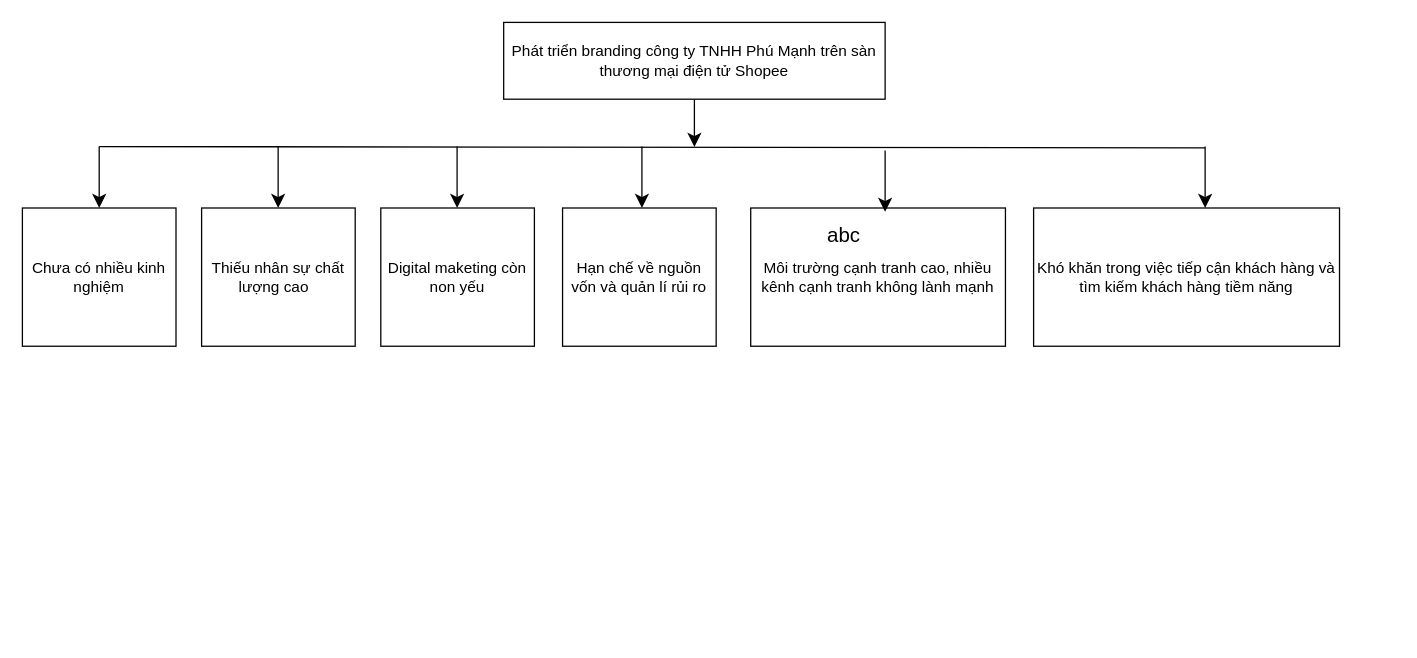
The draw.io diagram page "Trang-2" (2 of 2) of mophongquanlikd/Biểu đồ không có tiêu đề.drawio in trucka312/diagram, before the edit. Source tidied: cells renumbered, new cells numbered last; positions are measured from the earlier drawing's top-left corner, leaving out a move shared by most shapes. Both pictures are drawn from the tidied source at 128%, with x=0, y=0 at pixel (22, 22).
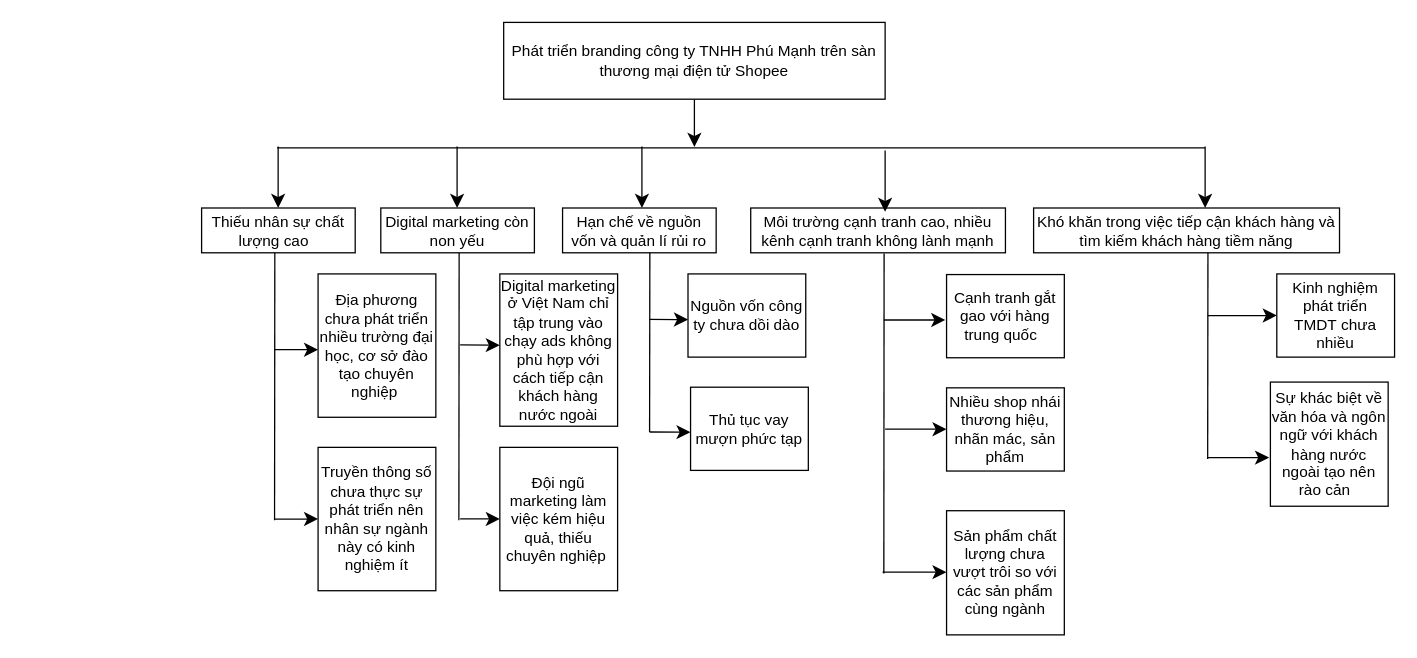
After the change.

Commit message:
Cập nhật Biểu đồ không có tiêu đề.drawio

Change to the diagram source:
```diff
@@
-    <mxCell id="4" value="Digital maketing còn non yếu" style="rounded=0;whiteSpace=wrap;html=1;" parent="1" vertex="1">
-      <mxGeometry x="280" y="145" width="120" height="108" as="geometry" />
+    <mxCell id="4" value="Digital marketing còn non yếu" style="rounded=0;whiteSpace=wrap;html=1;" parent="1" vertex="1">
+      <mxGeometry x="280" y="145" width="120" height="35" as="geometry" />
     </mxCell>
     <mxCell id="5" value="Môi trường cạnh tranh cao, nhiều kênh cạnh tranh không lành mạnh" style="rounded=0;whiteSpace=wrap;html=1;" parent="1" vertex="1">
-      <mxGeometry x="569" y="145" width="199" height="108" as="geometry" />
+      <mxGeometry x="569" y="145" width="199" height="35" as="geometry" />
     </mxCell>
     <mxCell id="6" value="Hạn chế về nguồn vốn và quản lí rủi ro" style="rounded=0;whiteSpace=wrap;html=1;" parent="1" vertex="1">
-      <mxGeometry x="422" y="145" width="120" height="108" as="geometry" />
+      <mxGeometry x="422" y="145" width="120" height="35" as="geometry" />
     </mxCell>
-    <mxCell id="7" value="Chưa có nhiều kinh nghiệm" style="rounded=0;whiteSpace=wrap;html=1;" parent="1" vertex="1">
-      <mxGeometry y="145" width="120" height="108" as="geometry" />
-    </mxCell>
     <mxCell id="8" value="Khó khăn trong việc tiếp cận khách hàng và tìm kiếm khách hàng tiềm năng" style="rounded=0;whiteSpace=wrap;html=1;" parent="1" vertex="1">
-      <mxGeometry x="790" y="145" width="239" height="108" as="geometry" />
+      <mxGeometry x="790" y="145" width="239" height="35" as="geometry" />
     </mxCell>
     <mxCell id="9" value="Thiếu nhân sự chất lượng cao&amp;nbsp;&amp;nbsp;" style="rounded=0;whiteSpace=wrap;html=1;" parent="1" vertex="1">
-      <mxGeometry x="140" y="145" width="120" height="108" as="geometry" />
+      <mxGeometry x="140" y="145" width="120" height="35" as="geometry" />
     </mxCell>
     <mxCell id="10" style="endArrow=none;html=1;rounded=0;fontSize=12;startSize=8;endSize=8;curved=1;" parent="1" edge="1">
       <mxGeometry relative="1" as="geometry">
-        <mxPoint x="60" y="97" as="sourcePoint" />
+        <mxPoint x="199" y="98" as="sourcePoint" />
         <mxPoint x="924" y="98" as="targetPoint" />
       </mxGeometry>
     </mxCell>
-    <mxCell id="11" style="endArrow=classic;html=1;rounded=0;fontSize=12;startSize=8;endSize=8;curved=1;entryX=0.5;entryY=0;entryDx=0;entryDy=0;" parent="1" edge="1" target="7">
-      <mxGeometry relative="1" as="geometry">
-        <mxPoint x="60" y="97" as="sourcePoint" />
-      </mxGeometry>
-    </mxCell>
@@
-    <mxCell id="17" value="abc" style="text;html=1;align=center;verticalAlign=middle;whiteSpace=wrap;rounded=0;fontSize=16;" parent="1" vertex="1">
-      <mxGeometry x="612" y="151" width="60" height="30" as="geometry" />
-    </mxCell>
+    <mxCell id="18" value="Địa phương chưa phát triển nhiều trường đại học, cơ sở đào tạo chuyên nghiệp&amp;nbsp;" style="rounded=0;whiteSpace=wrap;html=1;" parent="1" vertex="1">
+      <mxGeometry x="231" y="196.5" width="92" height="112" as="geometry" />
+    </mxCell>
+    <mxCell id="19" value="Truyền thông số chưa thực sự phát triển nên nhân sự ngành này có kinh nghiệm ít" style="rounded=0;whiteSpace=wrap;html=1;" parent="1" vertex="1">
+      <mxGeometry x="231" y="332" width="92" height="112" as="geometry" />
+    </mxCell>
+    <mxCell id="20" style="edgeStyle=none;curved=1;rounded=0;orthogonalLoop=1;jettySize=auto;html=1;entryX=0;entryY=0.5;entryDx=0;entryDy=0;fontSize=12;startSize=8;endSize=8;" parent="1" edge="1">
+      <mxGeometry relative="1" as="geometry">
+        <mxPoint x="48" y="308.5" as="sourcePoint" />
+        <mxPoint x="48" y="308.5" as="targetPoint" />
+      </mxGeometry>
+    </mxCell>
+    <mxCell id="21" value="Digital mar&lt;span style=&quot;background-color: initial;&quot;&gt;keting ở Việt N&lt;/span&gt;&lt;span style=&quot;background-color: initial;&quot;&gt;am chỉ tập trung vào chạy ads không phù hợp với cách tiếp cận khách hàng nước ngoài&lt;/span&gt;" style="rounded=0;whiteSpace=wrap;html=1;" parent="1" vertex="1">
+      <mxGeometry x="373" y="196.5" width="92" height="119" as="geometry" />
+    </mxCell>
+    <mxCell id="22" value="Đội ngũ marketing làm việc kém hiệu quả, thiếu chuyên nghiệp&amp;nbsp;" style="rounded=0;whiteSpace=wrap;html=1;" parent="1" vertex="1">
+      <mxGeometry x="373" y="332" width="92" height="112" as="geometry" />
+    </mxCell>
+    <mxCell id="23" value="Nguồn vốn công ty chưa dồi dào" style="rounded=0;whiteSpace=wrap;html=1;" parent="1" vertex="1">
+      <mxGeometry x="520" y="196.5" width="92" height="65" as="geometry" />
+    </mxCell>
+    <mxCell id="24" value="Thủ tục vay mượn phức tạp" style="rounded=0;whiteSpace=wrap;html=1;" parent="1" vertex="1">
+      <mxGeometry x="522" y="285" width="92" height="65" as="geometry" />
+    </mxCell>
+    <mxCell id="25" value="Nhiều shop nhái thương hiệu, nhãn mác, sản phẩm" style="rounded=0;whiteSpace=wrap;html=1;" parent="1" vertex="1">
+      <mxGeometry x="722" y="285.5" width="92" height="65" as="geometry" />
+    </mxCell>
+    <mxCell id="26" value="Cạnh tranh gắt gao với hàng trung quốc&amp;nbsp;&amp;nbsp;" style="rounded=0;whiteSpace=wrap;html=1;" parent="1" vertex="1">
+      <mxGeometry x="722" y="197" width="92" height="65" as="geometry" />
+    </mxCell>
+    <mxCell id="27" value="Kinh nghiệm phát triển TMDT&lt;span style=&quot;background-color: initial;&quot;&gt;&amp;nbsp;chưa nhiều&lt;/span&gt;" style="rounded=0;whiteSpace=wrap;html=1;" parent="1" vertex="1">
+      <mxGeometry x="980" y="196.5" width="92" height="65" as="geometry" />
+    </mxCell>
+    <mxCell id="28" value="Sự khác biệt về văn hóa và ngôn ngữ với khách hàng nước ngoài tạo nên rào cản&amp;nbsp;&amp;nbsp;" style="rounded=0;whiteSpace=wrap;html=1;" parent="1" vertex="1">
+      <mxGeometry x="975" y="281" width="92" height="97" as="geometry" />
+    </mxCell>
+    <mxCell id="29" value="Sản phẩm chất lượng chưa vượt trôi so với các sản phẩm cùng ngành" style="rounded=0;whiteSpace=wrap;html=1;" parent="1" vertex="1">
+      <mxGeometry x="722" y="381.5" width="92" height="97" as="geometry" />
+    </mxCell>
+    <mxCell id="30" style="endArrow=none;html=1;rounded=0;fontSize=12;startSize=8;endSize=8;curved=1;entryX=0.127;entryY=1.048;entryDx=0;entryDy=0;entryPerimeter=0;" parent="1" edge="1">
+      <mxGeometry relative="1" as="geometry">
+        <mxPoint x="197" y="389" as="sourcePoint" />
+        <mxPoint x="197.2" y="180" as="targetPoint" />
+      </mxGeometry>
+    </mxCell>
+    <mxCell id="31" style="endArrow=classic;html=1;rounded=0;fontSize=12;startSize=8;endSize=8;curved=1;entryX=0;entryY=0.5;entryDx=0;entryDy=0;" parent="1" edge="1" target="19">
+      <mxGeometry relative="1" as="geometry">
+        <mxPoint x="197" y="388" as="sourcePoint" />
+      </mxGeometry>
+    </mxCell>
+    <mxCell id="32" style="endArrow=classic;html=1;rounded=0;fontSize=12;startSize=8;endSize=8;curved=1;entryX=0;entryY=0.5;entryDx=0;entryDy=0;" parent="1" edge="1">
+      <mxGeometry relative="1" as="geometry">
+        <mxPoint x="197" y="255.7" as="sourcePoint" />
+        <mxPoint x="231" y="255.7" as="targetPoint" />
+      </mxGeometry>
+    </mxCell>
+    <mxCell id="33" style="endArrow=none;html=1;rounded=0;fontSize=12;startSize=8;endSize=8;curved=1;entryX=0.127;entryY=1.048;entryDx=0;entryDy=0;entryPerimeter=0;" parent="1" edge="1">
+      <mxGeometry relative="1" as="geometry">
+        <mxPoint x="341" y="389" as="sourcePoint" />
+        <mxPoint x="341.2" y="180" as="targetPoint" />
+      </mxGeometry>
+    </mxCell>
+    <mxCell id="34" style="endArrow=classic;html=1;rounded=0;fontSize=12;startSize=8;endSize=8;curved=1;entryX=0;entryY=0.5;entryDx=0;entryDy=0;" parent="1" edge="1">
+      <mxGeometry relative="1" as="geometry">
+        <mxPoint x="342" y="252" as="sourcePoint" />
+        <mxPoint x="373" y="252.2" as="targetPoint" />
+      </mxGeometry>
+    </mxCell>
+    <mxCell id="35" style="endArrow=classic;html=1;rounded=0;fontSize=12;startSize=8;endSize=8;curved=1;entryX=0;entryY=0.5;entryDx=0;entryDy=0;" parent="1" edge="1">
+      <mxGeometry relative="1" as="geometry">
+        <mxPoint x="342" y="387.8" as="sourcePoint" />
+        <mxPoint x="373" y="388" as="targetPoint" />
+      </mxGeometry>
+    </mxCell>
+    <mxCell id="36" style="endArrow=none;html=1;rounded=0;fontSize=12;startSize=8;endSize=8;curved=1;entryX=0.127;entryY=1.048;entryDx=0;entryDy=0;entryPerimeter=0;" parent="1" edge="1">
+      <mxGeometry relative="1" as="geometry">
+        <mxPoint x="490" y="320" as="sourcePoint" />
+        <mxPoint x="490.2" y="180" as="targetPoint" />
+      </mxGeometry>
+    </mxCell>
+    <mxCell id="37" style="endArrow=classic;html=1;rounded=0;fontSize=12;startSize=8;endSize=8;curved=1;entryX=0;entryY=0.5;entryDx=0;entryDy=0;" parent="1" edge="1">
+      <mxGeometry relative="1" as="geometry">
+        <mxPoint x="490" y="232" as="sourcePoint" />
+        <mxPoint x="520" y="232.2" as="targetPoint" />
+      </mxGeometry>
+    </mxCell>
+    <mxCell id="38" style="endArrow=classic;html=1;rounded=0;fontSize=12;startSize=8;endSize=8;curved=1;entryX=0;entryY=0.5;entryDx=0;entryDy=0;" parent="1" edge="1">
+      <mxGeometry relative="1" as="geometry">
+        <mxPoint x="490" y="320" as="sourcePoint" />
+        <mxPoint x="522" y="320.2" as="targetPoint" />
+      </mxGeometry>
+    </mxCell>
+    <mxCell id="39" style="endArrow=none;html=1;rounded=0;fontSize=12;startSize=8;endSize=8;curved=1;entryX=0.127;entryY=1.048;entryDx=0;entryDy=0;entryPerimeter=0;" parent="1" edge="1">
+      <mxGeometry relative="1" as="geometry">
+        <mxPoint x="673" y="430.5" as="sourcePoint" />
+        <mxPoint x="673.2" y="180.5" as="targetPoint" />
+      </mxGeometry>
+    </mxCell>
+    <mxCell id="40" style="endArrow=classic;html=1;rounded=0;fontSize=12;startSize=8;endSize=8;curved=1;" parent="1" edge="1">
+      <mxGeometry relative="1" as="geometry">
+        <mxPoint x="673" y="232.5" as="sourcePoint" />
+        <mxPoint x="721" y="232.5" as="targetPoint" />
+      </mxGeometry>
+    </mxCell>
+    <mxCell id="41" style="endArrow=classic;html=1;rounded=0;fontSize=12;startSize=8;endSize=8;curved=1;" parent="1" edge="1">
+      <mxGeometry relative="1" as="geometry">
+        <mxPoint x="674" y="317.8" as="sourcePoint" />
+        <mxPoint x="722" y="317.8" as="targetPoint" />
+      </mxGeometry>
+    </mxCell>
+    <mxCell id="42" style="endArrow=classic;html=1;rounded=0;fontSize=12;startSize=8;endSize=8;curved=1;" parent="1" edge="1">
+      <mxGeometry relative="1" as="geometry">
+        <mxPoint x="672" y="429.5" as="sourcePoint" />
+        <mxPoint x="722" y="429.5" as="targetPoint" />
+      </mxGeometry>
+    </mxCell>
+    <mxCell id="43" style="endArrow=none;html=1;rounded=0;fontSize=12;startSize=8;endSize=8;curved=1;entryX=0.127;entryY=1.048;entryDx=0;entryDy=0;entryPerimeter=0;" parent="1" edge="1">
+      <mxGeometry relative="1" as="geometry">
+        <mxPoint x="926" y="341" as="sourcePoint" />
+        <mxPoint x="926.2" y="180" as="targetPoint" />
+      </mxGeometry>
+    </mxCell>
+    <mxCell id="44" style="endArrow=classic;html=1;rounded=0;fontSize=12;startSize=8;endSize=8;curved=1;entryX=0;entryY=0.5;entryDx=0;entryDy=0;" parent="1" edge="1" target="27">
+      <mxGeometry relative="1" as="geometry">
+        <mxPoint x="926" y="229" as="sourcePoint" />
+      </mxGeometry>
+    </mxCell>
+    <mxCell id="45" style="endArrow=classic;html=1;rounded=0;fontSize=12;startSize=8;endSize=8;curved=1;" parent="1" edge="1">
+      <mxGeometry relative="1" as="geometry">
+        <mxPoint x="926" y="340" as="sourcePoint" />
+        <mxPoint x="974" y="340" as="targetPoint" />
+      </mxGeometry>
+    </mxCell>
```
